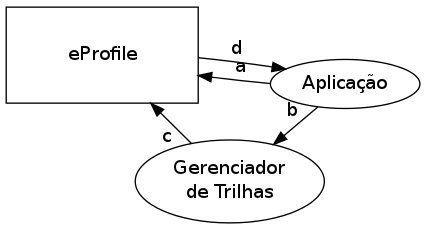
Before: academia/dissertacao/graficos/modelobasico.png, a diagram exported from Graphviz (andrenho/andrenho). Its source is kept beside it as academia/dissertacao/graficos/modelobasico.dot.
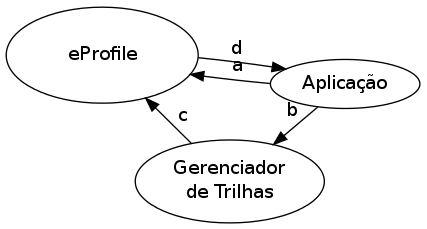
The same file after the commit.

Change to the diagram source:
```diff
@@ -2,7 +2,7 @@
 
   layout = fdp;
   sep = 0.4;
-  eProfile [shape=box,width=2,height=1];
+  eProfile [width=2,height=1];
 
   "Aplicação" -> "Gerenciador\nde Trilhas" [label="b"];
   "Aplicação" -> eProfile [label="a"];
```
